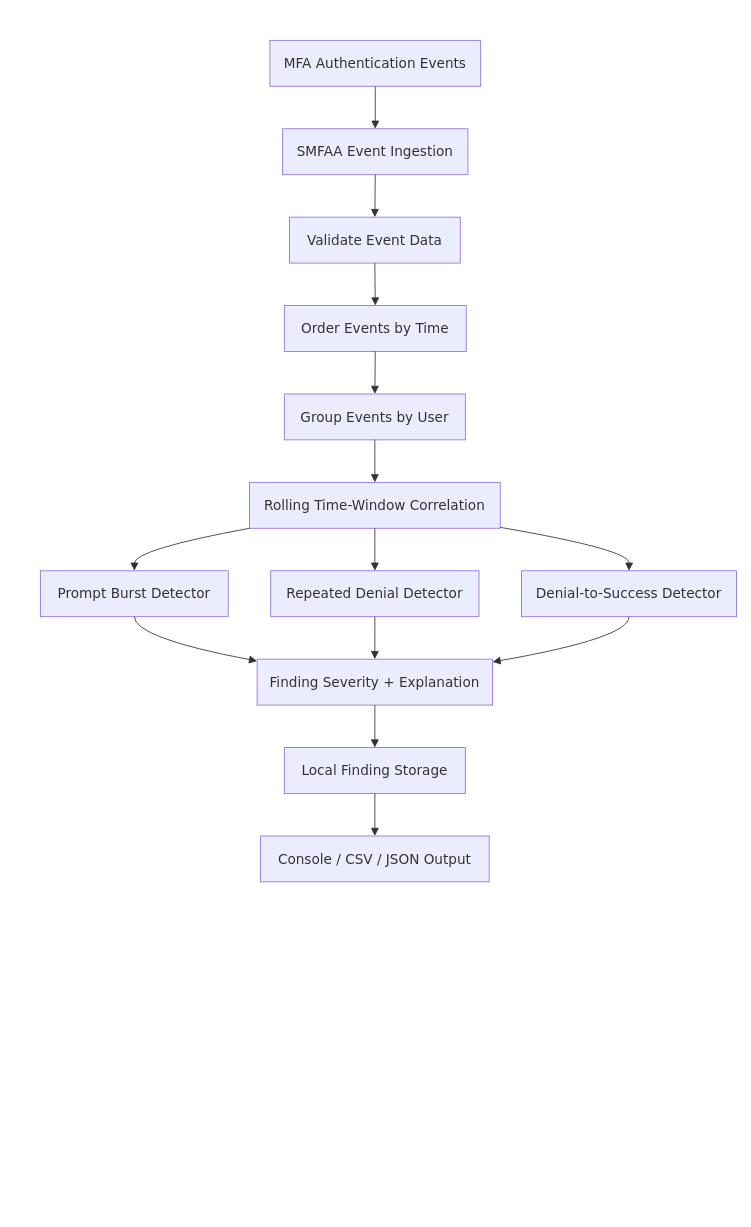
The draw.io diagram services/Sunhaven MFA Fatigue Attack Analyzer/docs/diagrams/SMFAA Operational MFA Fatigue Detection Workflow.drawio in iam-governance-lab/AC-2-Identity-access-governance-for-a-high-turnover-care-workforce-security-led-, before the edit. Source tidied: cells renumbered, new cells numbered last; positions are measured from the earlier drawing's top-left corner, leaving out a move shared by most shapes. Both pictures are drawn from the tidied source at 85%, with x=0, y=0 at pixel (14, 14).
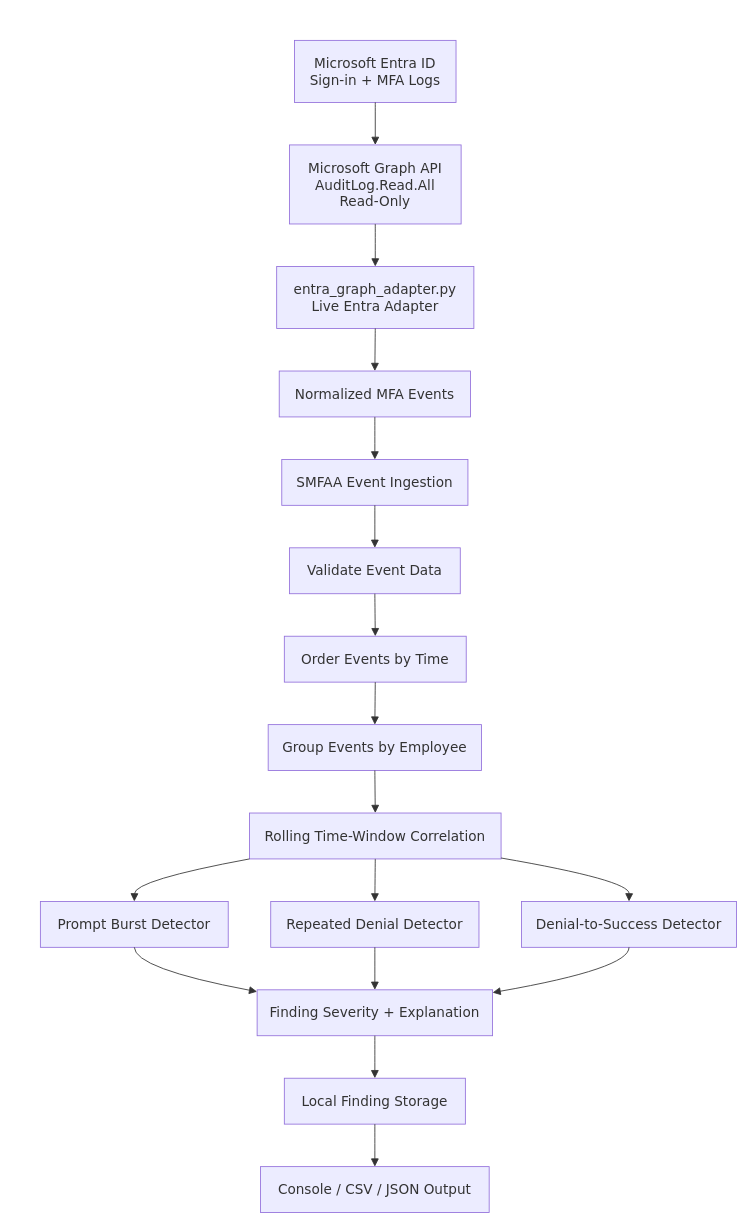
The same page after the edit.

Commit message (it also covers changes not shown here):
Update SMFAA diagrams for live Graph integration

The change refers to these unchanged cells:
```xml
<mxCell id="2" style="group;transparentBounds=1;editIcon=1;lockedGroup=0;groupPadding=10;" parent="1" vertex="1">
  <mxGeometry as="geometry" />
</mxCell>
```

The edit, as a diff of the source:
```diff
@@
-    <mxCell id="3" value="MFA Authentication Events" style="html=1;whiteSpace=wrap;strokeWidth=1;fillColor=light-dark(#ECECFF,#1f2020);strokeColor=light-dark(#9370DB,#cccccc);fontColor=light-dark(#333333,#cccccc);fontFamily=Trebuchet MS,Verdana,Arial,sans-serif;fontSize=16;" parent="2" vertex="1">
-      <mxGeometry x="300" y="30" width="248" height="54" as="geometry" />
-    </mxCell>
+    <mxCell id="28" value="Microsoft Entra ID&#10;Sign-in + MFA Logs" style="html=1;whiteSpace=wrap;strokeWidth=1;fillColor=light-dark(#ECECFF,#1f2020);strokeColor=light-dark(#9370DB,#cccccc);fontColor=light-dark(#333333,#cccccc);fontFamily=Trebuchet MS,Verdana,Arial,sans-serif;fontSize=16;" parent="2" vertex="1">
+      <mxGeometry x="329" y="30" width="190" height="73" as="geometry" />
+    </mxCell>
+    <mxCell id="29" value="Microsoft Graph API&#10;AuditLog.Read.All&#10;Read-Only" style="html=1;whiteSpace=wrap;strokeWidth=1;fillColor=light-dark(#ECECFF,#1f2020);strokeColor=light-dark(#9370DB,#cccccc);fontColor=light-dark(#333333,#cccccc);fontFamily=Trebuchet MS,Verdana,Arial,sans-serif;fontSize=16;" parent="2" vertex="1">
+      <mxGeometry x="323" y="153" width="202" height="93" as="geometry" />
+    </mxCell>
+    <mxCell id="30" value="entra_graph_adapter.py&#10;Live Entra Adapter" style="html=1;whiteSpace=wrap;strokeWidth=1;fillColor=light-dark(#ECECFF,#1f2020);strokeColor=light-dark(#9370DB,#cccccc);fontColor=light-dark(#333333,#cccccc);fontFamily=Trebuchet MS,Verdana,Arial,sans-serif;fontSize=16;" parent="2" vertex="1">
+      <mxGeometry x="308" y="296" width="232" height="73" as="geometry" />
+    </mxCell>
+    <mxCell id="31" value="Normalized MFA Events" style="html=1;whiteSpace=wrap;strokeWidth=1;fillColor=light-dark(#ECECFF,#1f2020);strokeColor=light-dark(#9370DB,#cccccc);fontColor=light-dark(#333333,#cccccc);fontFamily=Trebuchet MS,Verdana,Arial,sans-serif;fontSize=16;" parent="2" vertex="1">
+      <mxGeometry x="311" y="419" width="225" height="54" as="geometry" />
+    </mxCell>
     <mxCell id="4" value="SMFAA Event Ingestion" style="html=1;whiteSpace=wrap;strokeWidth=1;fillColor=light-dark(#ECECFF,#1f2020);strokeColor=light-dark(#9370DB,#cccccc);fontColor=light-dark(#333333,#cccccc);fontFamily=Trebuchet MS,Verdana,Arial,sans-serif;fontSize=16;" parent="2" vertex="1">
-      <mxGeometry x="315" y="134" width="218" height="54" as="geometry" />
+      <mxGeometry x="314" y="523" width="219" height="54" as="geometry" />
     </mxCell>
     <mxCell id="5" value="Validate Event Data" style="html=1;whiteSpace=wrap;strokeWidth=1;fillColor=light-dark(#ECECFF,#1f2020);strokeColor=light-dark(#9370DB,#cccccc);fontColor=light-dark(#333333,#cccccc);fontFamily=Trebuchet MS,Verdana,Arial,sans-serif;fontSize=16;" parent="2" vertex="1">
-      <mxGeometry x="323" y="238" width="201" height="54" as="geometry" />
+      <mxGeometry x="323" y="627" width="201" height="54" as="geometry" />
     </mxCell>
     <mxCell id="6" value="Order Events by Time" style="html=1;whiteSpace=wrap;strokeWidth=1;fillColor=light-dark(#ECECFF,#1f2020);strokeColor=light-dark(#9370DB,#cccccc);fontColor=light-dark(#333333,#cccccc);fontFamily=Trebuchet MS,Verdana,Arial,sans-serif;fontSize=16;" parent="2" vertex="1">
-      <mxGeometry x="317" y="342" width="214" height="54" as="geometry" />
+      <mxGeometry x="317" y="731" width="214" height="54" as="geometry" />
     </mxCell>
-    <mxCell id="7" value="Group Events by User" style="html=1;whiteSpace=wrap;strokeWidth=1;fillColor=light-dark(#ECECFF,#1f2020);strokeColor=light-dark(#9370DB,#cccccc);fontColor=light-dark(#333333,#cccccc);fontFamily=Trebuchet MS,Verdana,Arial,sans-serif;fontSize=16;" parent="2" vertex="1">
-      <mxGeometry x="317" y="446" width="213" height="54" as="geometry" />
-    </mxCell>
+    <mxCell id="32" value="Group Events by Employee" style="html=1;whiteSpace=wrap;strokeWidth=1;fillColor=light-dark(#ECECFF,#1f2020);strokeColor=light-dark(#9370DB,#cccccc);fontColor=light-dark(#333333,#cccccc);fontFamily=Trebuchet MS,Verdana,Arial,sans-serif;fontSize=16;" parent="2" vertex="1">
+      <mxGeometry x="298" y="835" width="251" height="54" as="geometry" />
+    </mxCell>
     <mxCell id="8" value="Rolling Time-Window Correlation" style="html=1;whiteSpace=wrap;strokeWidth=1;fillColor=light-dark(#ECECFF,#1f2020);strokeColor=light-dark(#9370DB,#cccccc);fontColor=light-dark(#333333,#cccccc);fontFamily=Trebuchet MS,Verdana,Arial,sans-serif;fontSize=16;" parent="2" vertex="1">
-      <mxGeometry x="276" y="550" width="295" height="54" as="geometry" />
+      <mxGeometry x="276" y="939" width="296" height="54" as="geometry" />
     </mxCell>
     <mxCell id="9" value="Prompt Burst Detector" style="html=1;whiteSpace=wrap;strokeWidth=1;fillColor=light-dark(#ECECFF,#1f2020);strokeColor=light-dark(#9370DB,#cccccc);fontColor=light-dark(#333333,#cccccc);fontFamily=Trebuchet MS,Verdana,Arial,sans-serif;fontSize=16;" parent="2" vertex="1">
-      <mxGeometry x="30" y="654" width="221" height="54" as="geometry" />
+      <mxGeometry x="30" y="1043" width="221" height="54" as="geometry" />
     </mxCell>
     <mxCell id="10" value="Repeated Denial Detector" style="html=1;whiteSpace=wrap;strokeWidth=1;fillColor=light-dark(#ECECFF,#1f2020);strokeColor=light-dark(#9370DB,#cccccc);fontColor=light-dark(#333333,#cccccc);fontFamily=Trebuchet MS,Verdana,Arial,sans-serif;fontSize=16;" parent="2" vertex="1">
-      <mxGeometry x="301" y="654" width="245" height="54" as="geometry" />
+      <mxGeometry x="301" y="1043" width="245" height="54" as="geometry" />
     </mxCell>
     <mxCell id="11" value="Denial-to-Success Detector" style="html=1;whiteSpace=wrap;strokeWidth=1;fillColor=light-dark(#ECECFF,#1f2020);strokeColor=light-dark(#9370DB,#cccccc);fontColor=light-dark(#333333,#cccccc);fontFamily=Trebuchet MS,Verdana,Arial,sans-serif;fontSize=16;" parent="2" vertex="1">
-      <mxGeometry x="596" y="654" width="253" height="54" as="geometry" />
+      <mxGeometry x="596" y="1043" width="253" height="54" as="geometry" />
     </mxCell>
     <mxCell id="12" value="Finding Severity + Explanation" style="html=1;whiteSpace=wrap;strokeWidth=1;fillColor=light-dark(#ECECFF,#1f2020);strokeColor=light-dark(#9370DB,#cccccc);fontColor=light-dark(#333333,#cccccc);fontFamily=Trebuchet MS,Verdana,Arial,sans-serif;fontSize=16;" parent="2" vertex="1">
-      <mxGeometry x="285" y="758" width="277" height="54" as="geometry" />
+      <mxGeometry x="285" y="1147" width="277" height="54" as="geometry" />
     </mxCell>
     <mxCell id="13" value="Local Finding Storage" style="html=1;whiteSpace=wrap;strokeWidth=1;fillColor=light-dark(#ECECFF,#1f2020);strokeColor=light-dark(#9370DB,#cccccc);fontColor=light-dark(#333333,#cccccc);fontFamily=Trebuchet MS,Verdana,Arial,sans-serif;fontSize=16;" parent="2" vertex="1">
-      <mxGeometry x="317" y="862" width="213" height="54" as="geometry" />
+      <mxGeometry x="317" y="1251" width="213" height="54" as="geometry" />
     </mxCell>
     <mxCell id="14" value="Console / CSV / JSON Output" style="html=1;whiteSpace=wrap;strokeWidth=1;fillColor=light-dark(#ECECFF,#1f2020);strokeColor=light-dark(#9370DB,#cccccc);fontColor=light-dark(#333333,#cccccc);fontFamily=Trebuchet MS,Verdana,Arial,sans-serif;fontSize=16;" parent="2" vertex="1">
-      <mxGeometry x="289" y="966" width="269" height="54" as="geometry" />
+      <mxGeometry x="289" y="1355" width="269" height="54" as="geometry" />
     </mxCell>
-    <mxCell id="15" style="curved=1;startArrow=none;endArrow=block;endSize=7;strokeColor=light-dark(#333333,#cccccc);exitX=0.5;exitY=1;entryX=0.5;entryY=0;rounded=0;" parent="2" edge="1" source="3" target="4">
-      <mxGeometry relative="1" as="geometry" />
-    </mxCell>
+    <mxCell id="33" style="curved=1;startArrow=none;endArrow=block;endSize=7;strokeColor=light-dark(#333333,#cccccc);exitX=0.5;exitY=1;entryX=0.5;entryY=0;rounded=0;" parent="2" edge="1" source="28" target="29">
+      <mxGeometry relative="1" as="geometry" />
+    </mxCell>
+    <mxCell id="34" style="curved=1;startArrow=none;endArrow=block;endSize=7;strokeColor=light-dark(#333333,#cccccc);exitX=0.5;exitY=1;entryX=0.5;entryY=0;rounded=0;" parent="2" edge="1" source="29" target="30">
+      <mxGeometry relative="1" as="geometry" />
+    </mxCell>
+    <mxCell id="35" style="curved=1;startArrow=none;endArrow=block;endSize=7;strokeColor=light-dark(#333333,#cccccc);exitX=0.5;exitY=1;entryX=0.5;entryY=0;rounded=0;" parent="2" edge="1" source="30" target="31">
+      <mxGeometry relative="1" as="geometry" />
+    </mxCell>
+    <mxCell id="36" style="curved=1;startArrow=none;endArrow=block;endSize=7;strokeColor=light-dark(#333333,#cccccc);exitX=0.5;exitY=1;entryX=0.5;entryY=0;rounded=0;" parent="2" edge="1" source="31" target="4">
+      <mxGeometry relative="1" as="geometry" />
+    </mxCell>
@@
-    <mxCell id="18" style="curved=1;startArrow=none;endArrow=block;endSize=7;strokeColor=light-dark(#333333,#cccccc);exitX=0.5;exitY=1;entryX=0.5;entryY=0;rounded=0;" parent="2" edge="1" source="6" target="7">
-      <mxGeometry relative="1" as="geometry" />
-    </mxCell>
-    <mxCell id="19" style="curved=1;startArrow=none;endArrow=block;endSize=7;strokeColor=light-dark(#333333,#cccccc);exitX=0.5;exitY=1;entryX=0.5;entryY=0;rounded=0;" parent="2" edge="1" source="7" target="8">
-      <mxGeometry relative="1" as="geometry" />
-    </mxCell>
+    <mxCell id="37" style="curved=1;startArrow=none;endArrow=block;endSize=7;strokeColor=light-dark(#333333,#cccccc);exitX=0.5;exitY=1;entryX=0.5;entryY=0;rounded=0;" parent="2" edge="1" source="6" target="32">
+      <mxGeometry relative="1" as="geometry" />
+    </mxCell>
+    <mxCell id="38" style="curved=1;startArrow=none;endArrow=block;endSize=7;strokeColor=light-dark(#333333,#cccccc);exitX=0.5;exitY=1;entryX=0.5;entryY=0;rounded=0;" parent="2" edge="1" source="32" target="8">
+      <mxGeometry relative="1" as="geometry" />
+    </mxCell>
     <mxCell id="20" style="curved=1;startArrow=none;endArrow=block;endSize=7;strokeColor=light-dark(#333333,#cccccc);exitX=0;exitY=1;entryX=0.5;entryY=0;rounded=0;" parent="2" edge="1" source="8" target="9">
       <mxGeometry relative="1" as="geometry">
         <Array as="points">
-          <mxPoint x="141" y="629" />
+          <mxPoint x="141" y="1018" />
         </Array>
       </mxGeometry>
     </mxCell>
@@
     <mxCell id="22" style="curved=1;startArrow=none;endArrow=block;endSize=7;strokeColor=light-dark(#333333,#cccccc);exitX=1;exitY=0.98;entryX=0.5;entryY=0;rounded=0;" parent="2" edge="1" source="8" target="11">
       <mxGeometry relative="1" as="geometry">
         <Array as="points">
-          <mxPoint x="723" y="629" />
+          <mxPoint x="723" y="1018" />
         </Array>
       </mxGeometry>
     </mxCell>
     <mxCell id="23" style="curved=1;startArrow=none;endArrow=block;endSize=7;strokeColor=light-dark(#333333,#cccccc);exitX=0.5;exitY=1;entryX=0;entryY=0.04;rounded=0;" parent="2" edge="1" source="9" target="12">
       <mxGeometry relative="1" as="geometry">
         <Array as="points">
-          <mxPoint x="141" y="733" />
+          <mxPoint x="141" y="1122" />
         </Array>
       </mxGeometry>
     </mxCell>
@@
     <mxCell id="25" style="curved=1;startArrow=none;endArrow=block;endSize=7;strokeColor=light-dark(#333333,#cccccc);exitX=0.5;exitY=1;entryX=1;entryY=0.06;rounded=0;" parent="2" edge="1" source="11" target="12">
       <mxGeometry relative="1" as="geometry">
         <Array as="points">
-          <mxPoint x="723" y="733" />
+          <mxPoint x="723" y="1122" />
         </Array>
       </mxGeometry>
     </mxCell>
```
